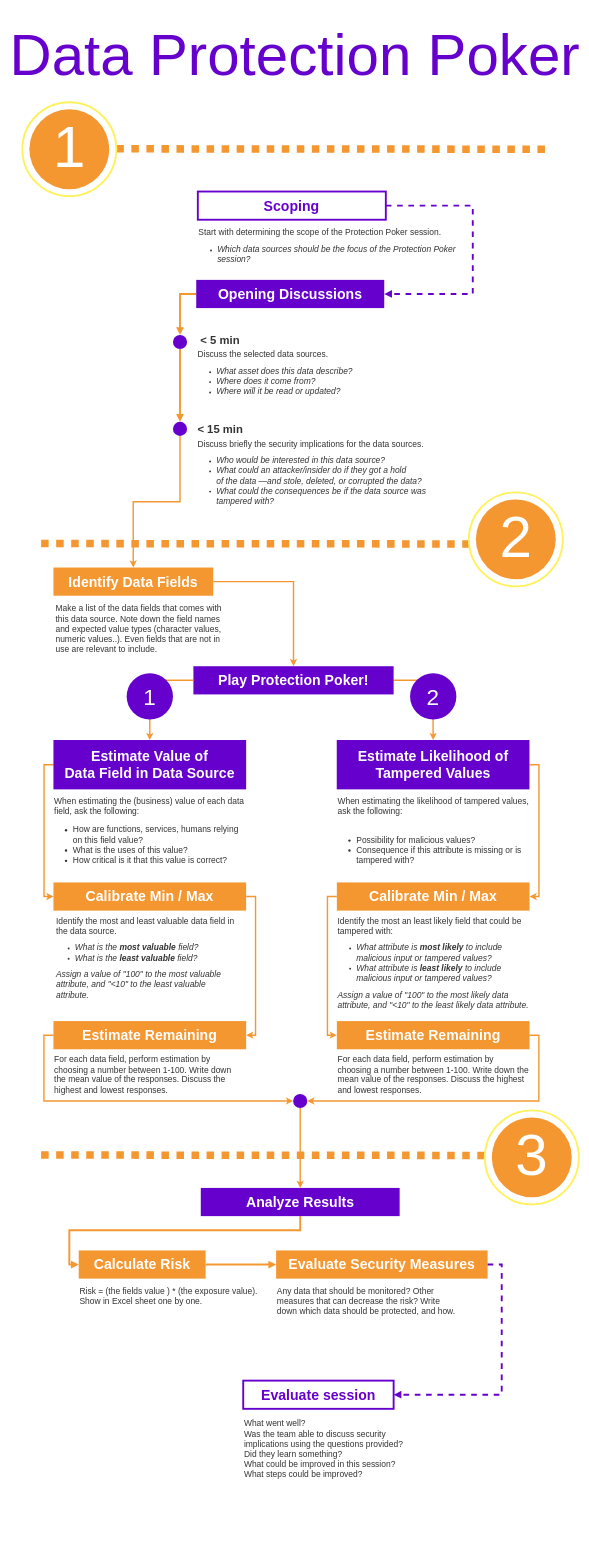
Earlier version of the draw.io diagram page "Protection Poker" (1 of 3) of protection_poker.drawio (gullskatten/BPMN-models). Source tidied: cells renumbered, new cells numbered last; positions are measured from the earlier drawing's top-left corner, leaving out a move shared by most shapes. Both pictures are drawn from the tidied source at 47%, with x=0, y=0 at pixel (8, 8).
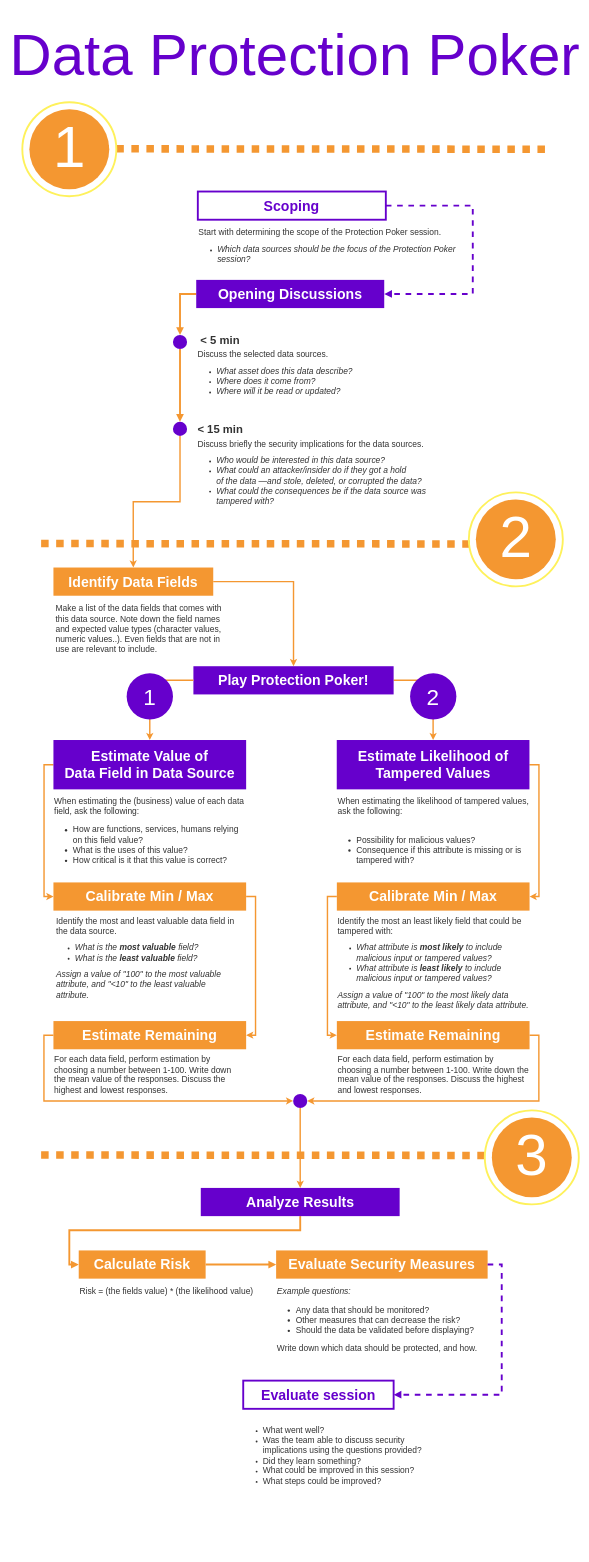
Above is the later version.

The edit, as a diff of the source:
```diff
@@
-    <mxCell id="25" value="&lt;span style=&quot;font-size: 18px&quot;&gt;Risk = (the fields value ) * (the exposure value). Show in Excel sheet one by one.&lt;/span&gt;" style="text;spacingTop=-5;fillColor=#ffffff;whiteSpace=wrap;html=1;align=left;fontSize=14;fontFamily=Helvetica;fillColor=none;strokeColor=none;rounded=0;shadow=0;dashed=0;fontColor=#333333;" parent="1" vertex="1">
+    <mxCell id="25" value="&lt;span style=&quot;font-size: 18px&quot;&gt;Risk = (the fields value) * (the likelihood value)&lt;/span&gt;" style="text;spacingTop=-5;fillColor=#ffffff;whiteSpace=wrap;html=1;align=left;fontSize=14;fontFamily=Helvetica;fillColor=none;strokeColor=none;rounded=0;shadow=0;dashed=0;fontColor=#333333;" parent="1" vertex="1">
       <mxGeometry x="150" y="2718" width="382.5" height="120" as="geometry" />
     </mxCell>
@@
-    <mxCell id="29" value="&lt;span style=&quot;font-size: 18px&quot;&gt;Any data that should be monitored? Other measures that can decrease the risk? Write down which data should be protected, and how.&lt;/span&gt;" style="text;spacingTop=-5;fillColor=#ffffff;whiteSpace=wrap;html=1;align=left;fontSize=14;fontFamily=Helvetica;fillColor=none;strokeColor=none;rounded=0;shadow=0;dashed=0;fontColor=#333333;" parent="1" vertex="1">
-      <mxGeometry x="570" y="2718" width="382.5" height="120" as="geometry" />
+    <mxCell id="29" value="&lt;span style=&quot;font-size: 18px&quot;&gt;&lt;i&gt;Example questions:&lt;br&gt;&lt;/i&gt;&lt;ul&gt;&lt;li&gt;&lt;span style=&quot;font-size: 18px&quot;&gt;Any data that should be monitored?&amp;nbsp;&lt;/span&gt;&lt;/li&gt;&lt;li&gt;&lt;span style=&quot;font-size: 18px&quot;&gt;Other measures that can decrease the risk?&amp;nbsp;&lt;/span&gt;&lt;/li&gt;&lt;li&gt;&lt;span style=&quot;font-size: 18px&quot;&gt;Should the data be validated before displaying?&amp;nbsp;&lt;/span&gt;&lt;/li&gt;&lt;/ul&gt;&lt;/span&gt;&lt;span style=&quot;font-size: 18px&quot;&gt;Write down which data should be protected, and how.&lt;/span&gt;&lt;span style=&quot;font-size: 18px&quot;&gt;&lt;br&gt;&lt;/span&gt;" style="text;spacingTop=-5;fillColor=#ffffff;whiteSpace=wrap;html=1;align=left;fontSize=14;fontFamily=Helvetica;fillColor=none;strokeColor=none;rounded=0;shadow=0;dashed=0;fontColor=#333333;" parent="1" vertex="1">
+      <mxGeometry x="570" y="2718" width="440" height="162" as="geometry" />
     </mxCell>
@@
-    <mxCell id="42" value="&lt;span style=&quot;font-size: 18px&quot;&gt;What went well?&amp;nbsp;&lt;br&gt;Was the team able to discuss security implications using the questions provided?&lt;br&gt;Did they learn something?&amp;nbsp;&lt;br&gt;What could be improved in this session?&lt;br&gt;What steps could be improved?&lt;br&gt;&lt;br&gt;&lt;/span&gt;" style="text;spacingTop=-5;fillColor=#ffffff;whiteSpace=wrap;html=1;align=left;fontSize=14;fontFamily=Helvetica;fillColor=none;strokeColor=none;rounded=0;shadow=0;dashed=0;fontColor=#333333;" parent="1" vertex="1">
+    <mxCell id="42" value="&lt;ul&gt;&lt;li&gt;&lt;span style=&quot;font-size: 18px&quot;&gt;What went well?&amp;nbsp;&lt;/span&gt;&lt;/li&gt;&lt;li&gt;&lt;span style=&quot;font-size: 18px&quot;&gt;Was the team able to discuss security implications using the questions provided?&lt;/span&gt;&lt;/li&gt;&lt;li&gt;&lt;span style=&quot;font-size: 18px&quot;&gt;Did they learn something?&amp;nbsp;&lt;/span&gt;&lt;/li&gt;&lt;li&gt;&lt;span style=&quot;font-size: 18px&quot;&gt;What could be improved in this session?&lt;/span&gt;&lt;/li&gt;&lt;li&gt;&lt;span style=&quot;font-size: 18px&quot;&gt;What steps could be improved?&lt;/span&gt;&lt;/li&gt;&lt;/ul&gt;&lt;span style=&quot;font-size: 18px&quot;&gt;&lt;br&gt;&lt;/span&gt;" style="text;spacingTop=-5;fillColor=#ffffff;whiteSpace=wrap;html=1;align=left;fontSize=14;fontFamily=Helvetica;fillColor=none;strokeColor=none;rounded=0;shadow=0;dashed=0;fontColor=#333333;" parent="1" vertex="1">
       <mxGeometry x="500" y="3000" width="382.5" height="210" as="geometry" />
     </mxCell>
```
